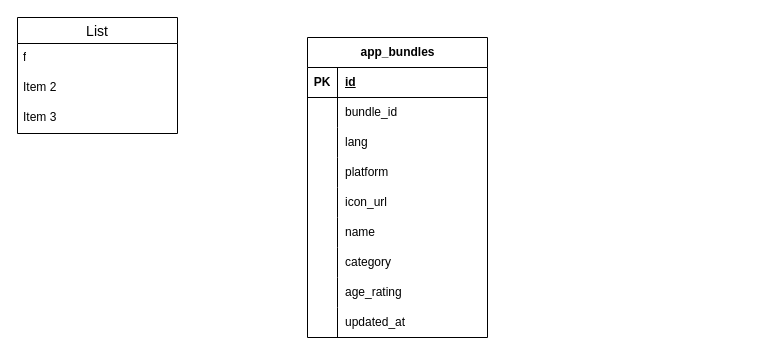
Above: Диаграмма без названия.drawio in satmurat/transfer (draw.io), before the change. Source tidied: cells renumbered, new cells numbered last; positions are measured from the earlier drawing's top-left corner, leaving out a move shared by most shapes. Both pictures are drawn from the tidied source at 100%, with x=0, y=0 at pixel (17, 17).
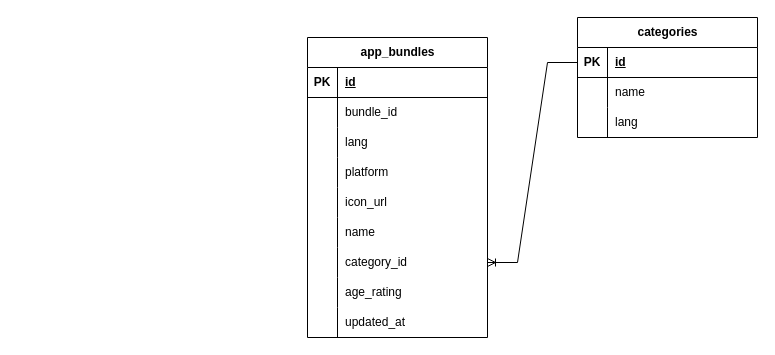
After the change.

Commit message:
kidsecurity-limits

Unchanged cells that the change refers to:
```xml
<mxCell id="25" style="shape=tableRow;horizontal=0;startSize=0;swimlaneHead=0;swimlaneBody=0;fillColor=none;points=[[0,0.5],[1,0.5]];portConstraint=eastwest;top=0;left=0;right=0;bottom=0;" parent="6" vertex="1">
  <mxGeometry y="210" width="180" height="30" as="geometry" />
</mxCell>
```

Change to the diagram source:
```diff
@@
-    <mxCell id="2" value="List" style="swimlane;fontStyle=0;horizontal=1;startSize=26;align=center;fontSize=14;" parent="1" vertex="1">
-      <mxGeometry width="160" height="116" as="geometry" />
-    </mxCell>
-    <mxCell id="3" value="f" style="text;strokeColor=none;fillColor=none;spacingLeft=4;spacingRight=4;overflow=hidden;fontSize=12;whiteSpace=wrap;html=1;" parent="2" vertex="1">
-      <mxGeometry y="26" width="160" height="30" as="geometry" />
-    </mxCell>
-    <mxCell id="4" value="Item 2" style="text;strokeColor=none;fillColor=none;spacingLeft=4;spacingRight=4;overflow=hidden;fontSize=12;whiteSpace=wrap;html=1;" parent="2" vertex="1">
-      <mxGeometry y="56" width="160" height="30" as="geometry" />
-    </mxCell>
-    <mxCell id="5" value="Item 3" style="text;strokeColor=none;fillColor=none;spacingLeft=4;spacingRight=4;overflow=hidden;fontSize=12;whiteSpace=wrap;html=1;" parent="2" vertex="1">
-      <mxGeometry y="86" width="160" height="30" as="geometry" />
-    </mxCell>
@@
-    <mxCell id="27" value="category" style="shape=partialRectangle;fillColor=none;top=0;left=0;bottom=0;right=0;align=left;spacingLeft=6;overflow=hidden;whiteSpace=wrap;html=1;" parent="25" vertex="1">
+    <mxCell id="27" value="category_id" style="shape=partialRectangle;fillColor=none;top=0;left=0;bottom=0;right=0;align=left;spacingLeft=6;overflow=hidden;whiteSpace=wrap;html=1;" parent="25" vertex="1">
       <mxGeometry x="30" width="150" height="30" as="geometry" />
     </mxCell>
@@
+    <mxCell id="34" value="categories" style="shape=table;startSize=30;childLayout=tableLayout;rowLines=0;fontStyle=1;align=center;html=1;" parent="1" vertex="1">
+      <mxGeometry x="560" width="180" height="120" as="geometry" />
+    </mxCell>
+    <mxCell id="35" style="shape=tableRow;horizontal=0;startSize=0;swimlaneHead=0;swimlaneBody=0;fillColor=none;points=[[0,0.5],[1,0.5]];portConstraint=eastwest;top=0;left=0;right=0;bottom=1;" parent="34" vertex="1">
+      <mxGeometry y="30" width="180" height="30" as="geometry" />
+    </mxCell>
+    <mxCell id="36" value="PK" style="shape=partialRectangle;fillColor=none;top=0;left=0;bottom=0;right=0;fontStyle=1;overflow=hidden;whiteSpace=wrap;html=1;" parent="35" vertex="1">
+      <mxGeometry width="30" height="30" as="geometry" />
+    </mxCell>
+    <mxCell id="37" value="id" style="shape=partialRectangle;fillColor=none;top=0;left=0;bottom=0;right=0;align=left;spacingLeft=6;fontStyle=5;overflow=hidden;whiteSpace=wrap;html=1;" parent="35" vertex="1">
+      <mxGeometry x="30" width="150" height="30" as="geometry" />
+    </mxCell>
+    <mxCell id="38" style="shape=tableRow;horizontal=0;startSize=0;swimlaneHead=0;swimlaneBody=0;fillColor=none;top=0;left=0;right=0;bottom=0;" parent="34" vertex="1">
+      <mxGeometry y="60" width="180" height="30" as="geometry" />
+    </mxCell>
+    <mxCell id="39" style="shape=partialRectangle;fillColor=none;top=0;left=0;bottom=0;right=0;overflow=hidden;whiteSpace=wrap;html=1;" parent="38" vertex="1">
+      <mxGeometry width="30" height="30" as="geometry" />
+    </mxCell>
+    <mxCell id="40" value="name" style="shape=partialRectangle;fillColor=none;top=0;left=0;bottom=0;right=0;align=left;spacingLeft=6;overflow=hidden;whiteSpace=wrap;html=1;" parent="38" vertex="1">
+      <mxGeometry x="30" width="150" height="30" as="geometry" />
+    </mxCell>
+    <mxCell id="41" style="shape=tableRow;horizontal=0;startSize=0;swimlaneHead=0;swimlaneBody=0;fillColor=none;top=0;left=0;right=0;bottom=0;" parent="34" vertex="1">
+      <mxGeometry y="90" width="180" height="30" as="geometry" />
+    </mxCell>
+    <mxCell id="42" style="shape=partialRectangle;fillColor=none;top=0;left=0;bottom=0;right=0;overflow=hidden;whiteSpace=wrap;html=1;" parent="41" vertex="1">
+      <mxGeometry width="30" height="30" as="geometry" />
+    </mxCell>
+    <mxCell id="43" value="lang" style="shape=partialRectangle;fillColor=none;top=0;left=0;bottom=0;right=0;align=left;spacingLeft=6;overflow=hidden;whiteSpace=wrap;html=1;" parent="41" vertex="1">
+      <mxGeometry x="30" width="150" height="30" as="geometry" />
+    </mxCell>
+    <mxCell id="44" style="edgeStyle=entityRelationEdgeStyle;fontSize=12;html=1;endArrow=ERoneToMany;rounded=0;entryX=1;entryY=0.5;entryDx=0;entryDy=0;exitX=0;exitY=0.5;exitDx=0;exitDy=0;" parent="1" edge="1" source="35" target="25">
+      <mxGeometry relative="1" as="geometry" />
+    </mxCell>
```
